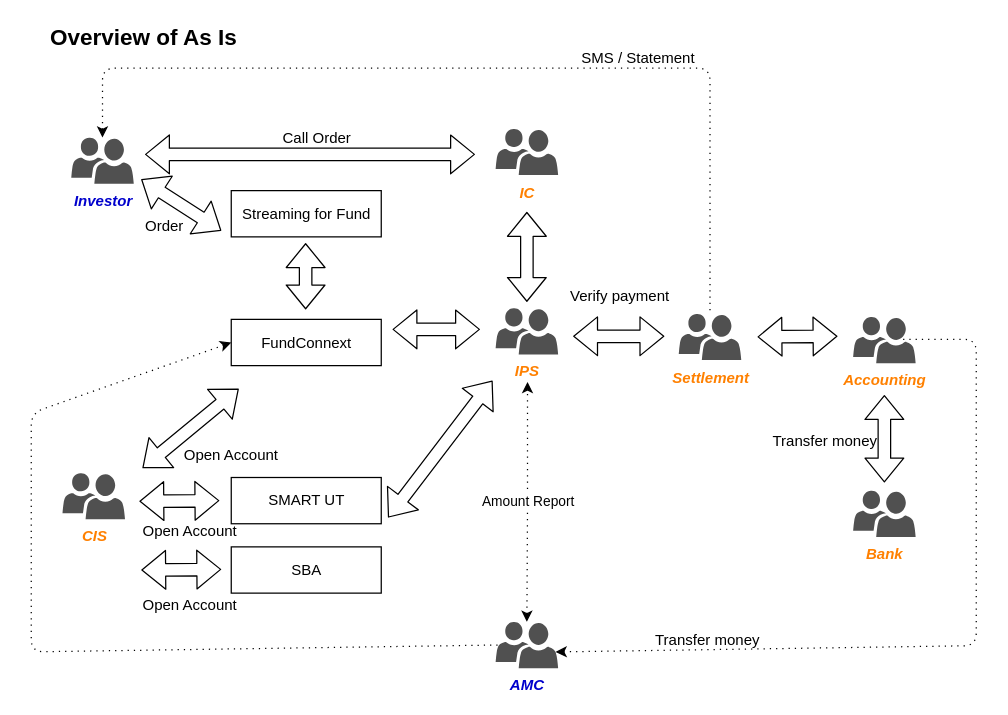
peerapongdev/diagrams keeps this draw.io diagram as page "Overview-As-Is" (1 of 7) of UT Diagram.drawio. Above is the earlier version. Source tidied: cells renumbered, new cells numbered last; positions are measured from the earlier drawing's top-left corner, leaving out a move shared by most shapes. Both pictures are drawn from the tidied source at 125%, with x=0, y=0 at pixel (30, 21).
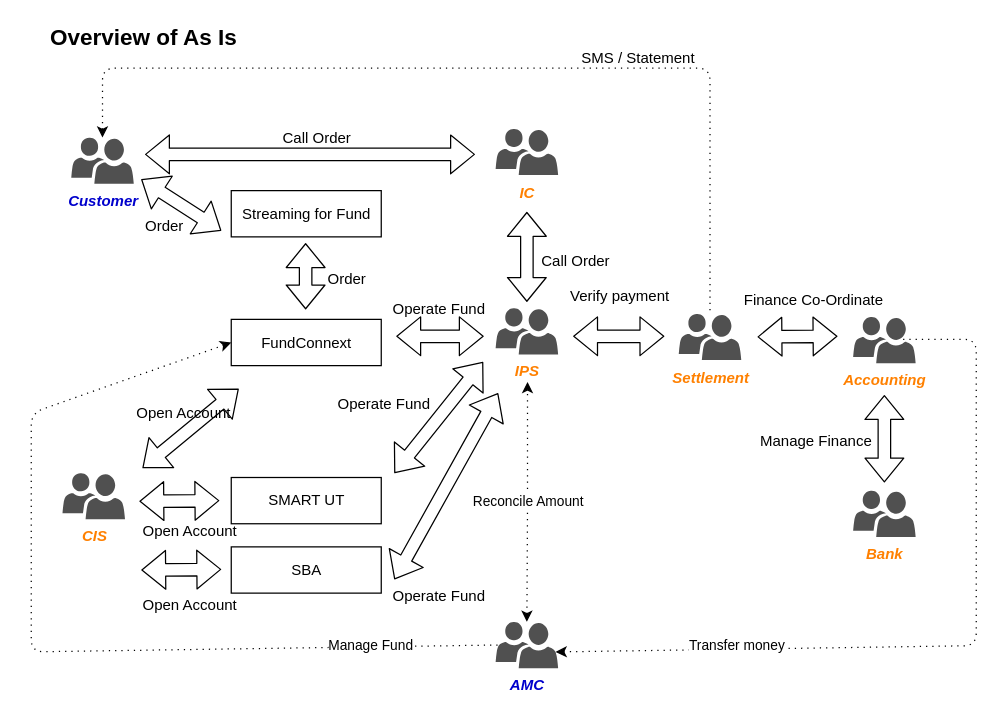
Above is the later version.

The change refers to these unchanged cells:
```xml
<mxCell id="8" value="&lt;span&gt;FundConnext&lt;/span&gt;" style="rounded=0;whiteSpace=wrap;html=1;" parent="1" vertex="1">
  <mxGeometry x="160.5" y="238" width="120" height="37" as="geometry" />
</mxCell>
<mxCell id="16" value="AMC" style="shadow=0;dashed=0;html=1;strokeColor=none;labelPosition=center;verticalLabelPosition=bottom;verticalAlign=top;align=center;shape=mxgraph.mscae.intune.user_group;fillColor=#505050;fontStyle=3;fontColor=#0000CC;" parent="1" vertex="1">
  <mxGeometry x="372" y="480" width="50" height="37" as="geometry" />
</mxCell>
<mxCell id="30" value="Accounting" style="shadow=0;dashed=0;html=1;strokeColor=none;labelPosition=center;verticalLabelPosition=bottom;verticalAlign=top;align=center;shape=mxgraph.mscae.intune.user_group;fillColor=#505050;fontStyle=3;fontColor=#FF8000;" parent="1" vertex="1">
  <mxGeometry x="658" y="236" width="50" height="37" as="geometry" />
</mxCell>
```

Diff of the diagram source:
```diff
@@
-    <mxCell id="5" value="Investor" style="shadow=0;dashed=0;html=1;strokeColor=none;labelPosition=center;verticalLabelPosition=bottom;verticalAlign=top;align=center;shape=mxgraph.mscae.intune.user_group;fillColor=#505050;fontStyle=3;fontColor=#0000CC;" parent="1" vertex="1">
+    <mxCell id="5" value="Customer" style="shadow=0;dashed=0;html=1;strokeColor=none;labelPosition=center;verticalLabelPosition=bottom;verticalAlign=top;align=center;shape=mxgraph.mscae.intune.user_group;fillColor=#505050;fontStyle=3;fontColor=#0000CC;" parent="1" vertex="1">
       <mxGeometry x="32.5" y="92.5" width="50" height="37" as="geometry" />
     </mxCell>
@@
     <mxCell id="12" style="shape=flexArrow;endArrow=classic;startArrow=classic;html=1;" parent="1" edge="1">
       <mxGeometry relative="1" as="geometry">
-        <mxPoint x="289.5" y="246" as="sourcePoint" />
-        <mxPoint x="359.5" y="246" as="targetPoint" />
+        <mxPoint x="292.5" y="251.5" as="sourcePoint" />
+        <mxPoint x="362.5" y="251.5" as="targetPoint" />
       </mxGeometry>
     </mxCell>
@@
     <mxCell id="18" value="Open Account" style="text;html=1;align=left;verticalAlign=top;spacingTop=-4;" parent="1" vertex="1">
-      <mxGeometry x="120.5" y="337.4" width="86" height="14" as="geometry" />
+      <mxGeometry x="82.5" y="303.4" width="86" height="14" as="geometry" />
     </mxCell>
@@
     <mxCell id="22" style="shape=flexArrow;endArrow=classic;startArrow=classic;html=1;" parent="1" edge="1">
       <mxGeometry relative="1" as="geometry">
-        <mxPoint x="286" y="396.5" as="sourcePoint" />
-        <mxPoint x="369.5" y="287" as="targetPoint" />
+        <mxPoint x="291" y="361" as="sourcePoint" />
+        <mxPoint x="362" y="272" as="targetPoint" />
       </mxGeometry>
     </mxCell>
-    <mxCell id="23" style="endArrow=none;html=1;dashed=1;dashPattern=1 4;startArrow=classic;startFill=1;rounded=1;entryX=0.754;entryY=0.484;entryDx=0;entryDy=0;entryPerimeter=0;exitX=0.96;exitY=0.65;exitDx=0;exitDy=0;exitPerimeter=0;" parent="1" edge="1" source="16" target="30">
-      <mxGeometry relative="1" as="geometry">
+    <mxCell id="23" value="Transfer money" style="endArrow=none;html=1;dashed=1;dashPattern=1 4;startArrow=classic;startFill=1;rounded=1;entryX=0.754;entryY=0.484;entryDx=0;entryDy=0;entryPerimeter=0;exitX=0.96;exitY=0.65;exitDx=0;exitDy=0;exitPerimeter=0;" parent="1" edge="1" source="16" target="30">
+      <mxGeometry x="-0.55" y="3" relative="1" as="geometry">
         <Array as="points">
           <mxPoint x="756.5" y="499" />
           <mxPoint x="756.5" y="254" />
         </Array>
       </mxGeometry>
     </mxCell>
-    <mxCell id="24" value="Transfer money" style="text;html=1;align=left;verticalAlign=top;spacingTop=-4;" parent="1" vertex="1">
-      <mxGeometry x="497.5" y="484.5" width="94" height="14" as="geometry" />
-    </mxCell>
@@
-    <mxCell id="36" value="Transfer money" style="text;html=1;align=left;verticalAlign=top;spacingTop=-4;" parent="1" vertex="1">
-      <mxGeometry x="591.5" y="326" width="94" height="14" as="geometry" />
+    <mxCell id="36" value="Manage Finance" style="text;html=1;align=left;verticalAlign=top;spacingTop=-4;" parent="1" vertex="1">
+      <mxGeometry x="581.5" y="326" width="99" height="14" as="geometry" />
     </mxCell>
-    <mxCell id="37" style="endArrow=none;html=1;dashed=1;dashPattern=1 4;startArrow=classic;startFill=1;rounded=1;entryX=0.05;entryY=0.5;entryDx=0;entryDy=0;entryPerimeter=0;exitX=0;exitY=0.5;exitDx=0;exitDy=0;" parent="1" edge="1" source="8" target="16">
-      <mxGeometry relative="1" as="geometry">
+    <mxCell id="37" value="Manage Fund" style="endArrow=none;html=1;dashed=1;dashPattern=1 4;startArrow=classic;startFill=1;rounded=1;entryX=0.05;entryY=0.5;entryDx=0;entryDy=0;entryPerimeter=0;exitX=0;exitY=0.5;exitDx=0;exitDy=0;" parent="1" edge="1" source="8" target="16">
+      <mxGeometry x="0.72" y="1" relative="1" as="geometry">
         <Array as="points">
           <mxPoint x="0.5" y="313" />
           <mxPoint x="0.5" y="504" />
         </Array>
       </mxGeometry>
     </mxCell>
-    <mxCell id="38" value="Amount Report" style="endArrow=classic;html=1;dashed=1;dashPattern=1 4;startArrow=classic;startFill=1;rounded=1;exitX=0.5;exitY=0;exitDx=0;exitDy=0;exitPerimeter=0;endFill=1;" parent="1" edge="1" source="16">
+    <mxCell id="38" value="Reconcile Amount" style="endArrow=classic;html=1;dashed=1;dashPattern=1 4;startArrow=classic;startFill=1;rounded=1;exitX=0.5;exitY=0;exitDx=0;exitDy=0;exitPerimeter=0;endFill=1;" parent="1" edge="1" source="16">
       <mxGeometry relative="1" as="geometry">
         <mxPoint x="397.5" y="288" as="targetPoint" />
         <Array as="points">
           <mxPoint x="397.5" y="391" />
         </Array>
       </mxGeometry>
     </mxCell>
@@
+    <mxCell id="40" value="Order" style="text;html=1;align=left;verticalAlign=top;spacingTop=-4;" parent="1" vertex="1">
+      <mxGeometry x="236" y="196" width="41" height="14" as="geometry" />
+    </mxCell>
+    <mxCell id="41" value="Call Order" style="text;html=1;align=left;verticalAlign=top;spacingTop=-4;" parent="1" vertex="1">
+      <mxGeometry x="406.5" y="182" width="65" height="14" as="geometry" />
+    </mxCell>
+    <mxCell id="42" value="Finance Co-Ordinate" style="text;html=1;align=left;verticalAlign=top;spacingTop=-4;" parent="1" vertex="1">
+      <mxGeometry x="568.5" y="213" width="122" height="14" as="geometry" />
+    </mxCell>
+    <mxCell id="43" value="Operate Fund" style="text;html=1;align=left;verticalAlign=top;spacingTop=-4;" parent="1" vertex="1">
+      <mxGeometry x="243.5" y="296.4" width="84" height="14" as="geometry" />
+    </mxCell>
+    <mxCell id="44" value="Operate Fund" style="text;html=1;align=left;verticalAlign=top;spacingTop=-4;" parent="1" vertex="1">
+      <mxGeometry x="288" y="219.9" width="84" height="14" as="geometry" />
+    </mxCell>
+    <mxCell id="45" style="shape=flexArrow;endArrow=classic;startArrow=classic;html=1;" parent="1" edge="1">
+      <mxGeometry relative="1" as="geometry">
+        <mxPoint x="291" y="446" as="sourcePoint" />
+        <mxPoint x="374" y="297" as="targetPoint" />
+      </mxGeometry>
+    </mxCell>
+    <mxCell id="46" value="Operate Fund" style="text;html=1;align=left;verticalAlign=top;spacingTop=-4;" parent="1" vertex="1">
+      <mxGeometry x="288" y="449.9" width="84" height="14" as="geometry" />
+    </mxCell>
```
